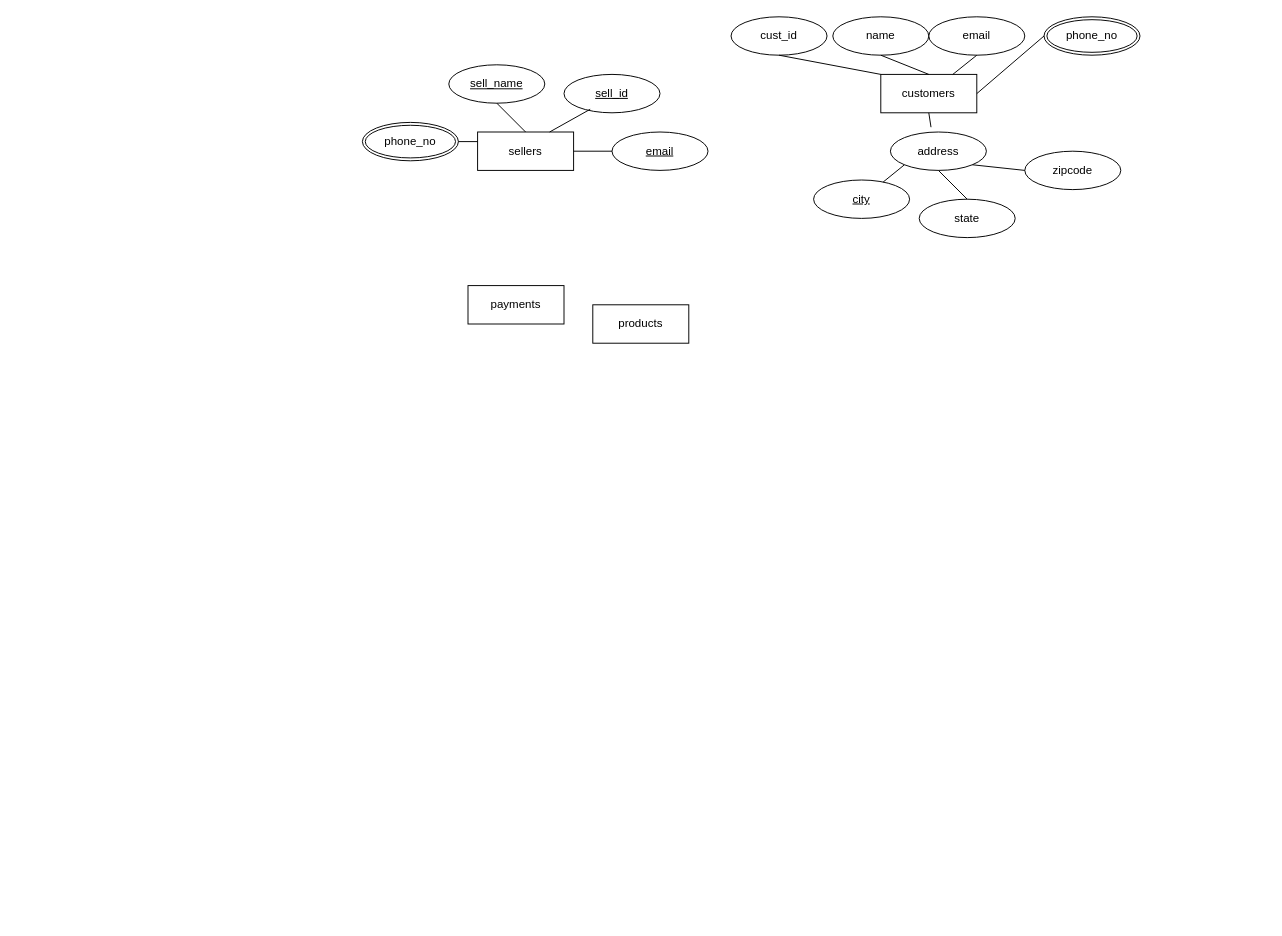
AKA-RONY/ERD keeps this draw.io diagram as Untitled Diagram.drawio. Above is the earlier version. Source tidied: cells renumbered, new cells numbered last; positions are measured from the earlier drawing's top-left corner, leaving out a move shared by most shapes. Both pictures are drawn from the tidied source at 96%, with x=0, y=0 at pixel (362, 16).
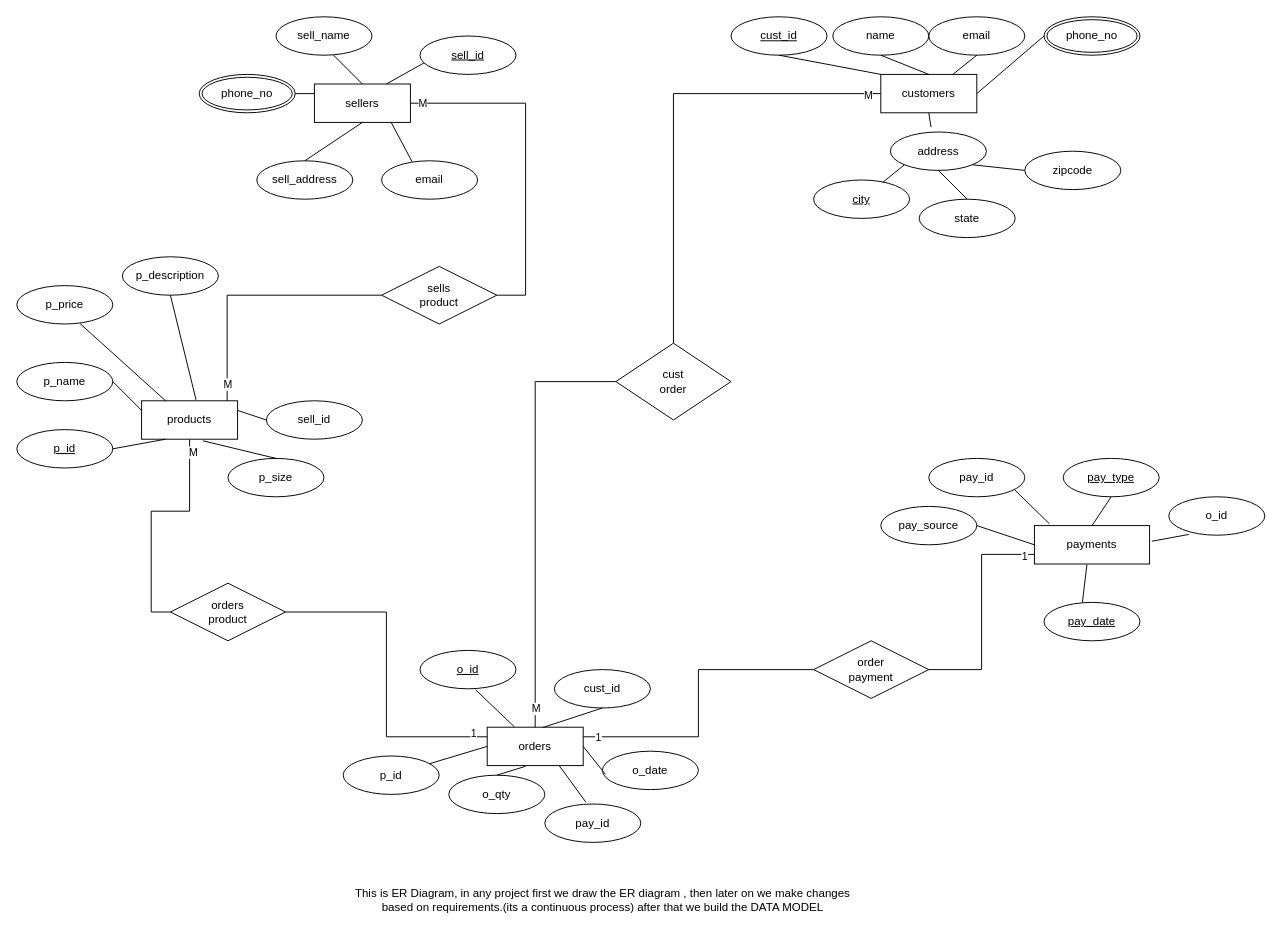
The same diagram, later.

Unchanged cells that the change refers to:
```xml
<mxCell id="2" value="customers" style="whiteSpace=wrap;html=1;align=center;" parent="1" vertex="1">
  <mxGeometry x="540" y="60" width="100" height="40" as="geometry" />
</mxCell>
```

Diff of the diagram source:
```diff
@@
+    <mxCell id="30" style="edgeStyle=orthogonalEdgeStyle;rounded=0;jettySize=auto;html=1;entryX=0.5;entryY=0;entryDx=0;entryDy=0;endArrow=none;endFill=0;" parent="1" edge="1" source="2" target="75">
+      <mxGeometry relative="1" as="geometry" />
+    </mxCell>
+    <mxCell id="31" value="M" style="edgeLabel;html=1;align=center;verticalAlign=middle;" parent="30" vertex="1">
+      <mxGeometry x="-0.94" y="1" relative="1" as="geometry" />
+    </mxCell>
@@
+    <mxCell id="32" style="edgeStyle=orthogonalEdgeStyle;rounded=0;jettySize=auto;html=1;entryX=0;entryY=0.5;entryDx=0;entryDy=0;endArrow=none;endFill=0;" parent="1" edge="1" source="3" target="79">
+      <mxGeometry relative="1" as="geometry" />
+    </mxCell>
+    <mxCell id="33" value="M" style="edgeLabel;html=1;align=center;verticalAlign=middle;" parent="32" vertex="1">
+      <mxGeometry x="-0.89" y="3" relative="1" as="geometry" />
+    </mxCell>
     <mxCell id="3" value="products" style="whiteSpace=wrap;html=1;align=center;" parent="1" vertex="1">
-      <mxGeometry x="240" y="300" width="100" height="40" as="geometry" />
+      <mxGeometry x="-230" y="400" width="100" height="40" as="geometry" />
     </mxCell>
     <mxCell id="4" value="sellers" style="whiteSpace=wrap;html=1;align=center;" parent="1" vertex="1">
-      <mxGeometry x="120" y="120" width="100" height="40" as="geometry" />
+      <mxGeometry x="-50" y="70" width="100" height="40" as="geometry" />
     </mxCell>
+    <mxCell id="34" style="edgeStyle=orthogonalEdgeStyle;rounded=0;jettySize=auto;html=1;entryX=1;entryY=0.5;entryDx=0;entryDy=0;exitX=0;exitY=0.75;exitDx=0;exitDy=0;endArrow=none;endFill=0;" parent="1" edge="1" source="5" target="76">
+      <mxGeometry relative="1" as="geometry" />
+    </mxCell>
+    <mxCell id="35" value="1" style="edgeLabel;html=1;align=center;verticalAlign=middle;" parent="34" vertex="1">
+      <mxGeometry x="-0.9" y="1" relative="1" as="geometry" />
+    </mxCell>
     <mxCell id="5" value="payments" style="whiteSpace=wrap;html=1;align=center;" parent="1" vertex="1">
-      <mxGeometry x="110" y="280" width="100" height="40" as="geometry" />
+      <mxGeometry x="700" y="530" width="120" height="40" as="geometry" />
     </mxCell>
-    <mxCell id="6" value="cust_id" style="ellipse;whiteSpace=wrap;html=1;align=center;" parent="1" vertex="1">
+    <mxCell id="6" value="cust_id" style="ellipse;whiteSpace=wrap;html=1;align=center;fontStyle=4;" parent="1" vertex="1">
       <mxGeometry x="384" width="100" height="40" as="geometry" />
     </mxCell>
@@
-    <mxCell id="22" value="sell_name" style="ellipse;whiteSpace=wrap;html=1;align=center;fontStyle=4;" parent="1" vertex="1">
-      <mxGeometry x="90" y="50" width="100" height="40" as="geometry" />
-    </mxCell>
-    <mxCell id="23" value="sell_id" style="ellipse;whiteSpace=wrap;html=1;align=center;fontStyle=4;" parent="1" vertex="1">
-      <mxGeometry x="210" y="60" width="100" height="40" as="geometry" />
-    </mxCell>
-    <mxCell id="24" value="email" style="ellipse;whiteSpace=wrap;html=1;align=center;fontStyle=4;" parent="1" vertex="1">
-      <mxGeometry x="260" y="120" width="100" height="40" as="geometry" />
-    </mxCell>
     <mxCell id="25" value="phone_no" style="ellipse;shape=doubleEllipse;margin=3;whiteSpace=wrap;html=1;align=center;" parent="1" vertex="1">
-      <mxGeometry y="110" width="100" height="40" as="geometry" />
+      <mxGeometry x="-170" y="60" width="100" height="40" as="geometry" />
     </mxCell>
-    <mxCell id="26" style="endArrow=none;html=1;rounded=0;exitX=1;exitY=0.5;exitDx=0;exitDy=0;entryX=0;entryY=0.5;entryDx=0;entryDy=0;" parent="1" edge="1" source="4" target="24">
-      <mxGeometry relative="1" as="geometry" />
+    <mxCell id="26" style="endArrow=none;html=1;rounded=0;entryX=0.318;entryY=0.026;entryDx=0;entryDy=0;entryPerimeter=0;" parent="1" edge="1" target="24">
+      <mxGeometry relative="1" as="geometry">
+        <mxPoint x="30" y="110" as="sourcePoint" />
+      </mxGeometry>
     </mxCell>
-    <mxCell id="27" style="endArrow=none;html=1;rounded=0;exitX=0.273;exitY=0.908;exitDx=0;exitDy=0;exitPerimeter=0;entryX=0.75;entryY=0;entryDx=0;entryDy=0;" parent="1" edge="1" source="23" target="4">
-      <mxGeometry relative="1" as="geometry" />
+    <mxCell id="27" style="endArrow=none;html=1;rounded=0;exitX=0.273;exitY=0.908;exitDx=0;exitDy=0;exitPerimeter=0;entryX=0.75;entryY=0;entryDx=0;entryDy=0;" parent="1" edge="1" target="4">
+      <mxGeometry relative="1" as="geometry">
+        <mxPoint x="67.3" y="46.3" as="sourcePoint" />
+      </mxGeometry>
     </mxCell>
-    <mxCell id="28" style="endArrow=none;html=1;rounded=0;entryX=0.5;entryY=0;entryDx=0;entryDy=0;exitX=0.5;exitY=1;exitDx=0;exitDy=0;" parent="1" edge="1" source="22" target="4">
-      <mxGeometry relative="1" as="geometry" />
+    <mxCell id="28" style="endArrow=none;html=1;rounded=0;entryX=0.5;entryY=0;entryDx=0;entryDy=0;exitX=0.5;exitY=1;exitDx=0;exitDy=0;" parent="1" edge="1" target="4">
+      <mxGeometry relative="1" as="geometry">
+        <mxPoint x="-30" y="40" as="sourcePoint" />
+      </mxGeometry>
     </mxCell>
@@
+    <mxCell id="24" value="email" style="ellipse;whiteSpace=wrap;html=1;align=center;" parent="1" vertex="1">
+      <mxGeometry x="20" y="150" width="100" height="40" as="geometry" />
+    </mxCell>
+    <mxCell id="23" value="sell_id" style="ellipse;whiteSpace=wrap;html=1;align=center;fontStyle=4;" parent="1" vertex="1">
+      <mxGeometry x="60" y="20" width="100" height="40" as="geometry" />
+    </mxCell>
+    <mxCell id="22" value="sell_name" style="ellipse;whiteSpace=wrap;html=1;align=center;" parent="1" vertex="1">
+      <mxGeometry x="-90" width="100" height="40" as="geometry" />
+    </mxCell>
+    <mxCell id="36" style="edgeStyle=orthogonalEdgeStyle;rounded=0;jettySize=auto;html=1;entryX=0;entryY=0.5;entryDx=0;entryDy=0;exitX=1;exitY=0.25;exitDx=0;exitDy=0;endArrow=none;endFill=0;" parent="1" edge="1" source="38" target="76">
+      <mxGeometry relative="1" as="geometry" />
+    </mxCell>
+    <mxCell id="37" value="1" style="edgeLabel;html=1;align=center;verticalAlign=middle;" parent="36" vertex="1">
+      <mxGeometry x="-0.9" relative="1" as="geometry" />
+    </mxCell>
+    <mxCell id="38" value="orders" style="whiteSpace=wrap;html=1;align=center;" parent="1" vertex="1">
+      <mxGeometry x="130" y="740" width="100" height="40" as="geometry" />
+    </mxCell>
+    <mxCell id="39" value="p_description" style="ellipse;whiteSpace=wrap;html=1;align=center;" parent="1" vertex="1">
+      <mxGeometry x="-250" y="250" width="100" height="40" as="geometry" />
+    </mxCell>
+    <mxCell id="40" value="o_qty" style="ellipse;whiteSpace=wrap;html=1;align=center;" parent="1" vertex="1">
+      <mxGeometry x="90" y="790" width="100" height="40" as="geometry" />
+    </mxCell>
+    <mxCell id="41" value="p_price" style="ellipse;whiteSpace=wrap;html=1;align=center;" parent="1" vertex="1">
+      <mxGeometry x="-360" y="280" width="100" height="40" as="geometry" />
+    </mxCell>
+    <mxCell id="42" value="p_name" style="ellipse;whiteSpace=wrap;html=1;align=center;" parent="1" vertex="1">
+      <mxGeometry x="-360" y="360" width="100" height="40" as="geometry" />
+    </mxCell>
+    <mxCell id="43" value="p_id" style="ellipse;whiteSpace=wrap;html=1;align=center;fontStyle=4;" parent="1" vertex="1">
+      <mxGeometry x="-360" y="430" width="100" height="40" as="geometry" />
+    </mxCell>
+    <mxCell id="44" value="p_size" style="ellipse;whiteSpace=wrap;html=1;align=center;" parent="1" vertex="1">
+      <mxGeometry x="-140" y="460" width="100" height="40" as="geometry" />
+    </mxCell>
+    <mxCell id="45" style="endArrow=none;html=1;rounded=0;entryX=0.66;entryY=0.992;entryDx=0;entryDy=0;entryPerimeter=0;exitX=0.25;exitY=0;exitDx=0;exitDy=0;" parent="1" edge="1" source="3" target="41">
+      <mxGeometry relative="1" as="geometry" />
+    </mxCell>
+    <mxCell id="46" style="endArrow=none;html=1;rounded=0;entryX=1;entryY=0.5;entryDx=0;entryDy=0;exitX=0.25;exitY=1;exitDx=0;exitDy=0;" parent="1" edge="1" source="3" target="43">
+      <mxGeometry relative="1" as="geometry" />
+    </mxCell>
+    <mxCell id="47" style="endArrow=none;html=1;rounded=0;entryX=1;entryY=0.5;entryDx=0;entryDy=0;exitX=0;exitY=0.25;exitDx=0;exitDy=0;" parent="1" edge="1" source="3" target="42">
+      <mxGeometry relative="1" as="geometry" />
+    </mxCell>
+    <mxCell id="48" style="endArrow=none;html=1;rounded=0;entryX=0.5;entryY=0;entryDx=0;entryDy=0;exitX=0.4;exitY=1.017;exitDx=0;exitDy=0;exitPerimeter=0;" parent="1" edge="1" source="38" target="40">
+      <mxGeometry relative="1" as="geometry" />
+    </mxCell>
+    <mxCell id="49" style="endArrow=none;html=1;rounded=0;entryX=0.5;entryY=1;entryDx=0;entryDy=0;exitX=0.567;exitY=-0.025;exitDx=0;exitDy=0;exitPerimeter=0;" parent="1" edge="1" source="3" target="39">
+      <mxGeometry relative="1" as="geometry" />
+    </mxCell>
+    <mxCell id="50" style="endArrow=none;html=1;rounded=0;entryX=0.64;entryY=1.042;entryDx=0;entryDy=0;entryPerimeter=0;exitX=0.5;exitY=0;exitDx=0;exitDy=0;" parent="1" edge="1" source="44" target="3">
+      <mxGeometry relative="1" as="geometry" />
+    </mxCell>
+    <mxCell id="51" value="o_id" style="ellipse;whiteSpace=wrap;html=1;align=center;fontStyle=4;" parent="1" vertex="1">
+      <mxGeometry x="60" y="660" width="100" height="40" as="geometry" />
+    </mxCell>
+    <mxCell id="52" value="cust_id" style="ellipse;whiteSpace=wrap;html=1;align=center;" parent="1" vertex="1">
+      <mxGeometry x="200" y="680" width="100" height="40" as="geometry" />
+    </mxCell>
+    <mxCell id="53" value="p_id" style="ellipse;whiteSpace=wrap;html=1;align=center;" parent="1" vertex="1">
+      <mxGeometry x="-20" y="770" width="100" height="40" as="geometry" />
+    </mxCell>
+    <mxCell id="54" value="o_date" style="ellipse;whiteSpace=wrap;html=1;align=center;" parent="1" vertex="1">
+      <mxGeometry x="250" y="765" width="100" height="40" as="geometry" />
+    </mxCell>
+    <mxCell id="55" style="endArrow=none;html=1;rounded=0;entryX=1;entryY=0.5;entryDx=0;entryDy=0;exitX=0.032;exitY=0.604;exitDx=0;exitDy=0;exitPerimeter=0;" parent="1" edge="1" source="54" target="38">
+      <mxGeometry relative="1" as="geometry" />
+    </mxCell>
+    <mxCell id="56" style="endArrow=none;html=1;rounded=0;entryX=0.579;entryY=0.009;entryDx=0;entryDy=0;exitX=0.5;exitY=1;exitDx=0;exitDy=0;entryPerimeter=0;" parent="1" edge="1" source="52" target="38">
+      <mxGeometry relative="1" as="geometry" />
+    </mxCell>
+    <mxCell id="57" style="endArrow=none;html=1;rounded=0;entryX=0;entryY=0.5;entryDx=0;entryDy=0;" parent="1" edge="1" source="53" target="38">
+      <mxGeometry relative="1" as="geometry" />
+    </mxCell>
+    <mxCell id="58" style="endArrow=none;html=1;rounded=0;entryX=0.284;entryY=-0.007;entryDx=0;entryDy=0;exitX=0.579;exitY=1.025;exitDx=0;exitDy=0;exitPerimeter=0;entryPerimeter=0;" parent="1" edge="1" source="51" target="38">
+      <mxGeometry relative="1" as="geometry" />
+    </mxCell>
+    <mxCell id="59" value="pay_id" style="ellipse;whiteSpace=wrap;html=1;align=center;" parent="1" vertex="1">
+      <mxGeometry x="590" y="460" width="100" height="40" as="geometry" />
+    </mxCell>
+    <mxCell id="60" value="pay_type" style="ellipse;whiteSpace=wrap;html=1;align=center;fontStyle=4;" parent="1" vertex="1">
+      <mxGeometry x="730" y="460" width="100" height="40" as="geometry" />
+    </mxCell>
+    <mxCell id="61" value="pay_source" style="ellipse;whiteSpace=wrap;html=1;align=center;" parent="1" vertex="1">
+      <mxGeometry x="540" y="510" width="100" height="40" as="geometry" />
+    </mxCell>
+    <mxCell id="62" value="pay_date" style="ellipse;whiteSpace=wrap;html=1;align=center;fontStyle=4;" parent="1" vertex="1">
+      <mxGeometry x="710" y="610" width="100" height="40" as="geometry" />
+    </mxCell>
+    <mxCell id="63" value="o_id" style="ellipse;whiteSpace=wrap;html=1;align=center;fontStyle=0;" parent="1" vertex="1">
+      <mxGeometry x="840" y="500" width="100" height="40" as="geometry" />
+    </mxCell>
+    <mxCell id="64" value="sell_id" style="ellipse;whiteSpace=wrap;html=1;align=center;fontStyle=0;" parent="1" vertex="1">
+      <mxGeometry x="-100" y="400" width="100" height="40" as="geometry" />
+    </mxCell>
+    <mxCell id="65" style="endArrow=none;html=1;rounded=0;entryX=0;entryY=0.5;entryDx=0;entryDy=0;exitX=1;exitY=0.25;exitDx=0;exitDy=0;" parent="1" edge="1" source="3" target="64">
+      <mxGeometry relative="1" as="geometry" />
+    </mxCell>
+    <mxCell id="66" value="sell_address" style="ellipse;whiteSpace=wrap;html=1;align=center;" parent="1" vertex="1">
+      <mxGeometry x="-110" y="150" width="100" height="40" as="geometry" />
+    </mxCell>
+    <mxCell id="67" style="endArrow=none;html=1;rounded=0;entryX=0.5;entryY=0;entryDx=0;entryDy=0;exitX=0.5;exitY=1;exitDx=0;exitDy=0;" parent="1" edge="1" source="4" target="66">
+      <mxGeometry relative="1" as="geometry" />
+    </mxCell>
+    <mxCell id="68" style="endArrow=none;html=1;rounded=0;entryX=0;entryY=0.5;entryDx=0;entryDy=0;exitX=1;exitY=0.5;exitDx=0;exitDy=0;" parent="1" edge="1" source="61" target="5">
+      <mxGeometry relative="1" as="geometry" />
+    </mxCell>
+    <mxCell id="69" style="endArrow=none;html=1;rounded=0;entryX=0.456;entryY=1.015;entryDx=0;entryDy=0;exitX=0.4;exitY=0;exitDx=0;exitDy=0;entryPerimeter=0;exitPerimeter=0;" parent="1" edge="1" source="62" target="5">
+      <mxGeometry relative="1" as="geometry" />
+    </mxCell>
+    <mxCell id="70" style="endArrow=none;html=1;rounded=0;entryX=0.13;entryY=-0.049;entryDx=0;entryDy=0;exitX=0.892;exitY=0.813;exitDx=0;exitDy=0;entryPerimeter=0;exitPerimeter=0;" parent="1" edge="1" source="59" target="5">
+      <mxGeometry relative="1" as="geometry" />
+    </mxCell>
+    <mxCell id="71" style="endArrow=none;html=1;rounded=0;entryX=0.5;entryY=0;entryDx=0;entryDy=0;exitX=0.5;exitY=1;exitDx=0;exitDy=0;" parent="1" edge="1" source="60" target="5">
+      <mxGeometry relative="1" as="geometry" />
+    </mxCell>
+    <mxCell id="72" style="endArrow=none;html=1;rounded=0;entryX=1.02;entryY=0.407;entryDx=0;entryDy=0;exitX=0.207;exitY=0.981;exitDx=0;exitDy=0;entryPerimeter=0;exitPerimeter=0;" parent="1" edge="1" source="63" target="5">
+      <mxGeometry relative="1" as="geometry" />
+    </mxCell>
+    <mxCell id="73" style="edgeStyle=orthogonalEdgeStyle;rounded=0;jettySize=auto;html=1;endArrow=none;endFill=0;" parent="1" edge="1" source="75" target="38">
+      <mxGeometry relative="1" as="geometry" />
+    </mxCell>
+    <mxCell id="74" value="M" style="edgeLabel;html=1;align=center;verticalAlign=middle;" parent="73" vertex="1">
+      <mxGeometry x="0.9" y="1" relative="1" as="geometry">
+        <mxPoint x="-1" y="2" as="offset" />
+      </mxGeometry>
+    </mxCell>
+    <mxCell id="75" value="cust&lt;br&gt;order" style="shape=rhombus;perimeter=rhombusPerimeter;whiteSpace=wrap;html=1;align=center;" parent="1" vertex="1">
+      <mxGeometry x="264" y="340" width="120" height="80" as="geometry" />
+    </mxCell>
+    <mxCell id="76" value="order&lt;br&gt;payment" style="shape=rhombus;perimeter=rhombusPerimeter;whiteSpace=wrap;html=1;align=center;" parent="1" vertex="1">
+      <mxGeometry x="470" y="650" width="120" height="60" as="geometry" />
+    </mxCell>
+    <mxCell id="77" style="edgeStyle=orthogonalEdgeStyle;rounded=0;jettySize=auto;html=1;entryX=0;entryY=0.25;entryDx=0;entryDy=0;endArrow=none;endFill=0;" parent="1" edge="1" source="79" target="38">
+      <mxGeometry relative="1" as="geometry" />
+    </mxCell>
+    <mxCell id="78" value="1" style="edgeLabel;html=1;align=center;verticalAlign=middle;" parent="77" vertex="1">
+      <mxGeometry x="0.91" y="4" relative="1" as="geometry" />
+    </mxCell>
+    <mxCell id="79" value="orders&lt;br&gt;product" style="shape=rhombus;perimeter=rhombusPerimeter;whiteSpace=wrap;html=1;align=center;" parent="1" vertex="1">
+      <mxGeometry x="-200" y="590" width="120" height="60" as="geometry" />
+    </mxCell>
+    <mxCell id="80" value="pay_id" style="ellipse;whiteSpace=wrap;html=1;align=center;" parent="1" vertex="1">
+      <mxGeometry x="190" y="820" width="100" height="40" as="geometry" />
+    </mxCell>
+    <mxCell id="81" style="endArrow=none;html=1;rounded=0;entryX=0.75;entryY=1;entryDx=0;entryDy=0;exitX=0.428;exitY=-0.047;exitDx=0;exitDy=0;exitPerimeter=0;" parent="1" edge="1" source="80" target="38">
+      <mxGeometry relative="1" as="geometry" />
+    </mxCell>
+    <mxCell id="82" style="edgeStyle=orthogonalEdgeStyle;rounded=0;jettySize=auto;html=1;entryX=1;entryY=0.5;entryDx=0;entryDy=0;endArrow=none;endFill=0;" parent="1" edge="1" source="86" target="4">
+      <mxGeometry relative="1" as="geometry">
+        <Array as="points">
+          <mxPoint x="170" y="290" />
+          <mxPoint x="170" y="90" />
+        </Array>
+      </mxGeometry>
+    </mxCell>
+    <mxCell id="83" value="M" style="edgeLabel;html=1;align=center;verticalAlign=middle;" parent="82" vertex="1">
+      <mxGeometry x="0.93" y="-1" relative="1" as="geometry" />
+    </mxCell>
+    <mxCell id="84" style="edgeStyle=orthogonalEdgeStyle;rounded=0;jettySize=auto;html=1;endArrow=none;endFill=0;entryX=0.891;entryY=0.002;entryDx=0;entryDy=0;entryPerimeter=0;" parent="1" edge="1" source="86" target="3">
+      <mxGeometry relative="1" as="geometry" />
+    </mxCell>
+    <mxCell id="85" value="M" style="edgeLabel;html=1;align=center;verticalAlign=middle;" parent="84" vertex="1">
+      <mxGeometry x="0.87" relative="1" as="geometry" />
+    </mxCell>
+    <mxCell id="86" value="sells&lt;br&gt;product" style="shape=rhombus;perimeter=rhombusPerimeter;whiteSpace=wrap;html=1;align=center;" parent="1" vertex="1">
+      <mxGeometry x="20" y="260" width="120" height="60" as="geometry" />
+    </mxCell>
+    <mxCell id="87" value="This is ER Diagram, in any project first we draw the ER diagram , then later on we make changes&lt;br&gt;based on requirements.(its a continuous process) after that we build the DATA MODEL" style="text;html=1;align=center;verticalAlign=middle;strokeColor=none;fillColor=none;" parent="1" vertex="1">
+      <mxGeometry x="-20" y="900" width="540" height="40" as="geometry" />
+    </mxCell>
```
